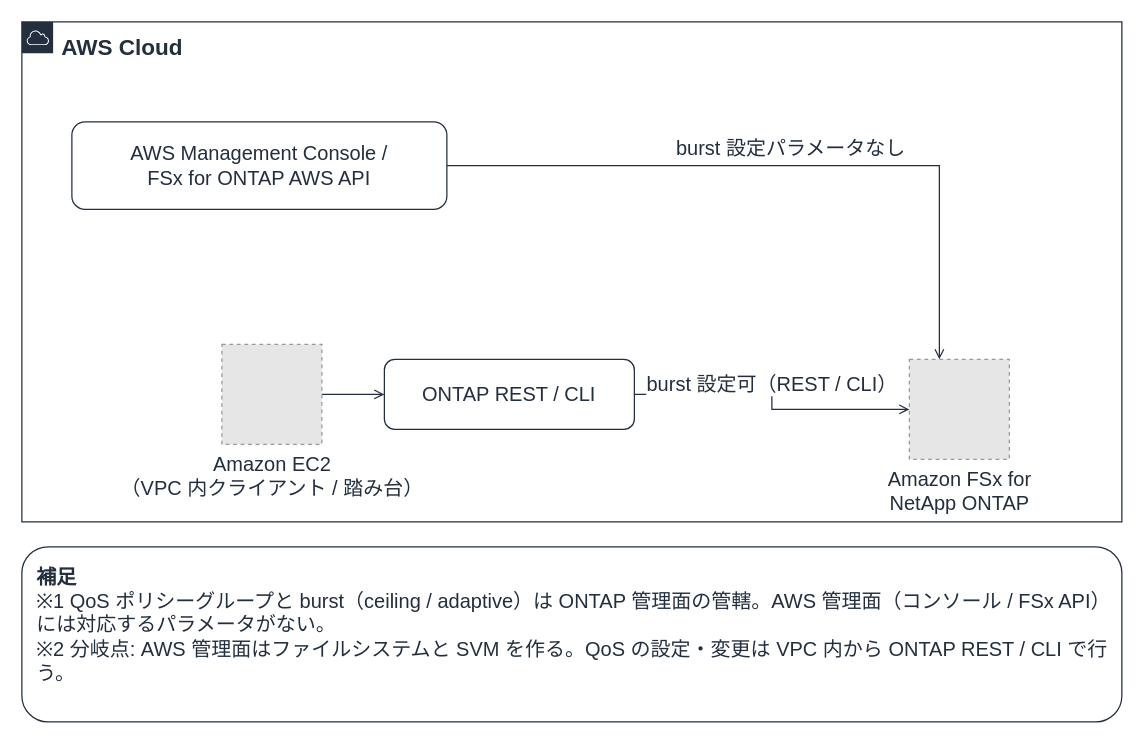
Above: docs/_assets/diagrams/qos-burst-two-plane.drawio in Yoshiki0705/FSx-for-ONTAP-Adoption-Playbook (draw.io), before the change. Source tidied: cells renumbered, new cells numbered last; positions are measured from the earlier drawing's top-left corner, leaving out a move shared by most shapes. Both pictures are drawn from the tidied source at 125%, with x=0, y=0 at pixel (21, 21). Pictures stored in the file or linked from it are replaced by grey dashed boxes.
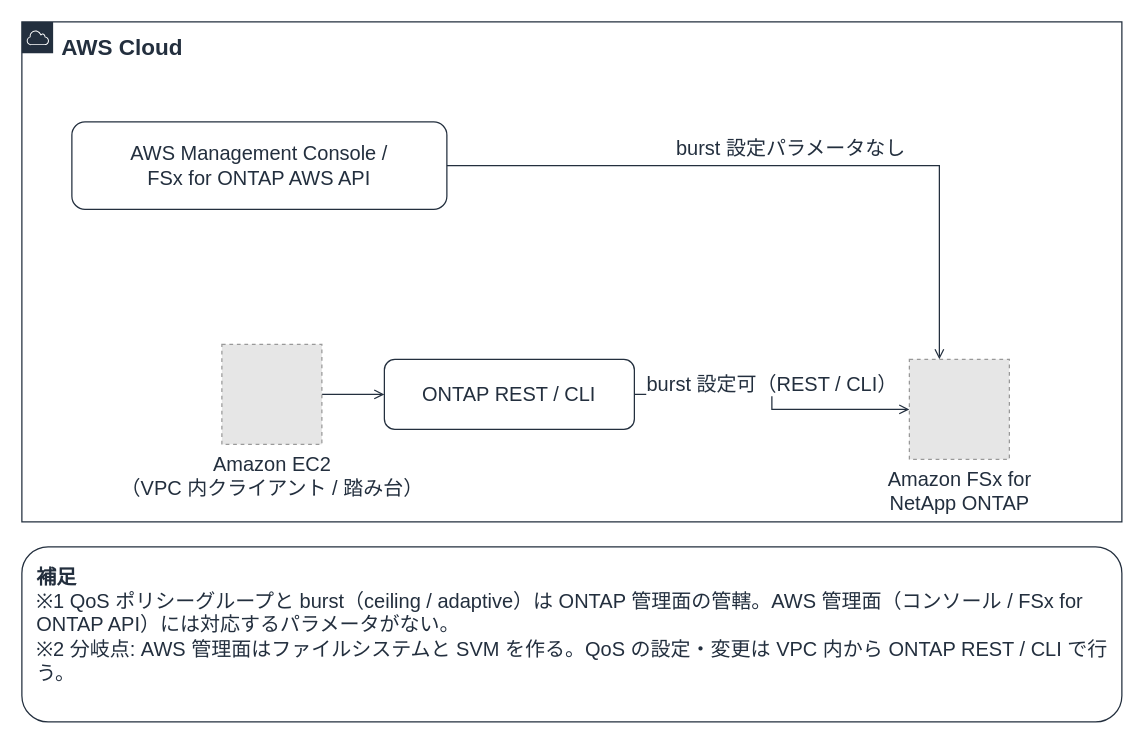
After the change.

The edit, as a diff of the source:
```diff
@@
 <mxGraphModel background="#FFFFFF">
   <root>
     <mxCell id="0" />
     <mxCell id="1" parent="0" />
     <mxCell id="2" value="burst 設定パラメータなし" style="edgeStyle=orthogonalEdgeStyle;rounded=0;html=1;endArrow=open;endFill=0;strokeColor=#232F3E;strokeWidth=1;fontSize=16;fontColor=#232F3E;labelBackgroundColor=#FFFFFF;exitX=1.0;exitY=0.5;exitDx=0;exitDy=0;entryX=0.3;entryY=0.0;entryDx=0;entryDy=0;" parent="1" edge="1" source="6" target="9">
       <mxGeometry relative="1" as="geometry">
         <mxPoint y="-14" as="offset" />
       </mxGeometry>
     </mxCell>
     <mxCell id="3" style="edgeStyle=orthogonalEdgeStyle;rounded=0;html=1;endArrow=open;endFill=0;strokeColor=#232F3E;strokeWidth=1;fontSize=16;fontColor=#232F3E;labelBackgroundColor=#FFFFFF;exitX=1.0;exitY=0.5;exitDx=0;exitDy=0;entryX=0.0;entryY=0.5;entryDx=0;entryDy=0;" parent="1" edge="1" source="10" target="7">
       <mxGeometry relative="1" as="geometry" />
     </mxCell>
     <mxCell id="4" value="burst 設定可（REST / CLI）" style="edgeStyle=orthogonalEdgeStyle;rounded=0;html=1;endArrow=open;endFill=0;strokeColor=#232F3E;strokeWidth=1;fontSize=16;fontColor=#232F3E;labelBackgroundColor=#FFFFFF;exitX=1.0;exitY=0.5;exitDx=0;exitDy=0;entryX=0.0;entryY=0.5;entryDx=0;entryDy=0;" parent="1" edge="1" source="7" target="9">
       <mxGeometry relative="1" as="geometry">
         <mxPoint y="-14" as="offset" />
       </mxGeometry>
     </mxCell>
     <mxCell id="5" value="AWS Cloud" style="gradientColor=none;html=1;whiteSpace=wrap;fontSize=18;fontStyle=1;fontColor=#232F3E;shape=mxgraph.aws4.group;grIcon=mxgraph.aws4.group_aws_cloud;strokeColor=#232F3E;fillColor=none;verticalAlign=top;align=left;spacingLeft=30;spacingTop=4;dashed=0;labelBackgroundColor=#FFFFFF;" parent="1" vertex="1">
       <mxGeometry width="880" height="400" as="geometry" />
     </mxCell>
     <mxCell id="6" value="AWS Management Console /&lt;br&gt;FSx for ONTAP AWS API" style="rounded=1;whiteSpace=wrap;html=1;strokeColor=#232F3E;fillColor=none;fontColor=#232F3E;fontSize=16;verticalAlign=middle;align=center;" parent="1" vertex="1">
       <mxGeometry x="40" y="80" width="300" height="70" as="geometry" />
     </mxCell>
     <mxCell id="7" value="ONTAP REST / CLI" style="rounded=1;whiteSpace=wrap;html=1;strokeColor=#232F3E;fillColor=none;fontColor=#232F3E;fontSize=16;verticalAlign=middle;align=center;" parent="1" vertex="1">
       <mxGeometry x="290" y="270" width="200" height="56" as="geometry" />
     </mxCell>
-    <mxCell id="8" value="&lt;b&gt;補足&lt;/b&gt;&lt;br&gt;※1 QoS ポリシーグループと burst（ceiling / adaptive）は ONTAP 管理面の管轄。AWS 管理面（コンソール / FSx API）には対応するパラメータがない。&lt;br&gt;※2 分岐点: AWS 管理面はファイルシステムと SVM を作る。QoS の設定・変更は VPC 内から ONTAP REST / CLI で行う。" style="rounded=1;whiteSpace=wrap;html=1;strokeColor=#232F3E;fillColor=none;fontColor=#232F3E;fontSize=16;verticalAlign=top;align=left;spacingLeft=10;spacingRight=10;spacingTop=8;" parent="1" vertex="1">
+    <mxCell id="8" value="&lt;b&gt;補足&lt;/b&gt;&lt;br&gt;※1 QoS ポリシーグループと burst（ceiling / adaptive）は ONTAP 管理面の管轄。AWS 管理面（コンソール / FSx for ONTAP API）には対応するパラメータがない。&lt;br&gt;※2 分岐点: AWS 管理面はファイルシステムと SVM を作る。QoS の設定・変更は VPC 内から ONTAP REST / CLI で行う。" style="rounded=1;whiteSpace=wrap;html=1;strokeColor=#232F3E;fillColor=none;fontColor=#232F3E;fontSize=16;verticalAlign=top;align=left;spacingLeft=10;spacingRight=10;spacingTop=8;" parent="1" vertex="1">
       <mxGeometry y="420" width="880" height="140" as="geometry" />
     </mxCell>
     <mxCell id="9" value="Amazon FSx for&lt;br&gt;NetApp ONTAP" style="fillColor=#E6E6E6;strokeColor=#999999;dashed=1;html=1;verticalLabelPosition=bottom;verticalAlign=top;labelPosition=center;align=center;fontSize=16;fontColor=#232F3E;" parent="1" vertex="1">
       <mxGeometry x="710" y="270" width="80" height="80" as="geometry" />
     </mxCell>
     <mxCell id="10" value="Amazon EC2&lt;br&gt;（VPC 内クライアント / 踏み台）" style="fillColor=#E6E6E6;strokeColor=#999999;dashed=1;html=1;verticalLabelPosition=bottom;verticalAlign=top;labelPosition=center;align=center;fontSize=16;fontColor=#232F3E;" parent="1" vertex="1">
       <mxGeometry x="160" y="258" width="80" height="80" as="geometry" />
     </mxCell>
   </root>
 </mxGraphModel>
```
